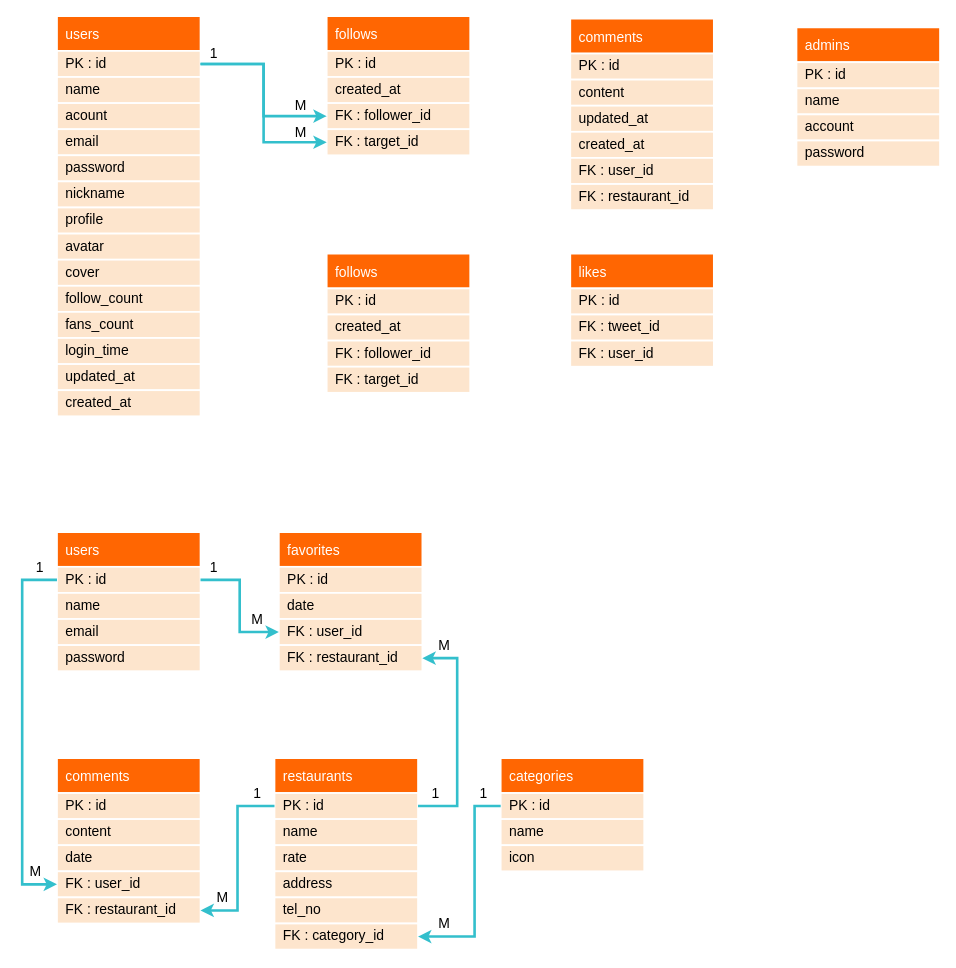
Before: Simple Tweet ERD+Schema-ver.1.drawio in z88243310/bins, a draw.io diagram. Source tidied: cells renumbered, new cells numbered last; positions are measured from the earlier drawing's top-left corner, leaving out a move shared by most shapes. Both pictures are drawn from the tidied source at 87%, with x=0, y=0 at pixel (22, 16).
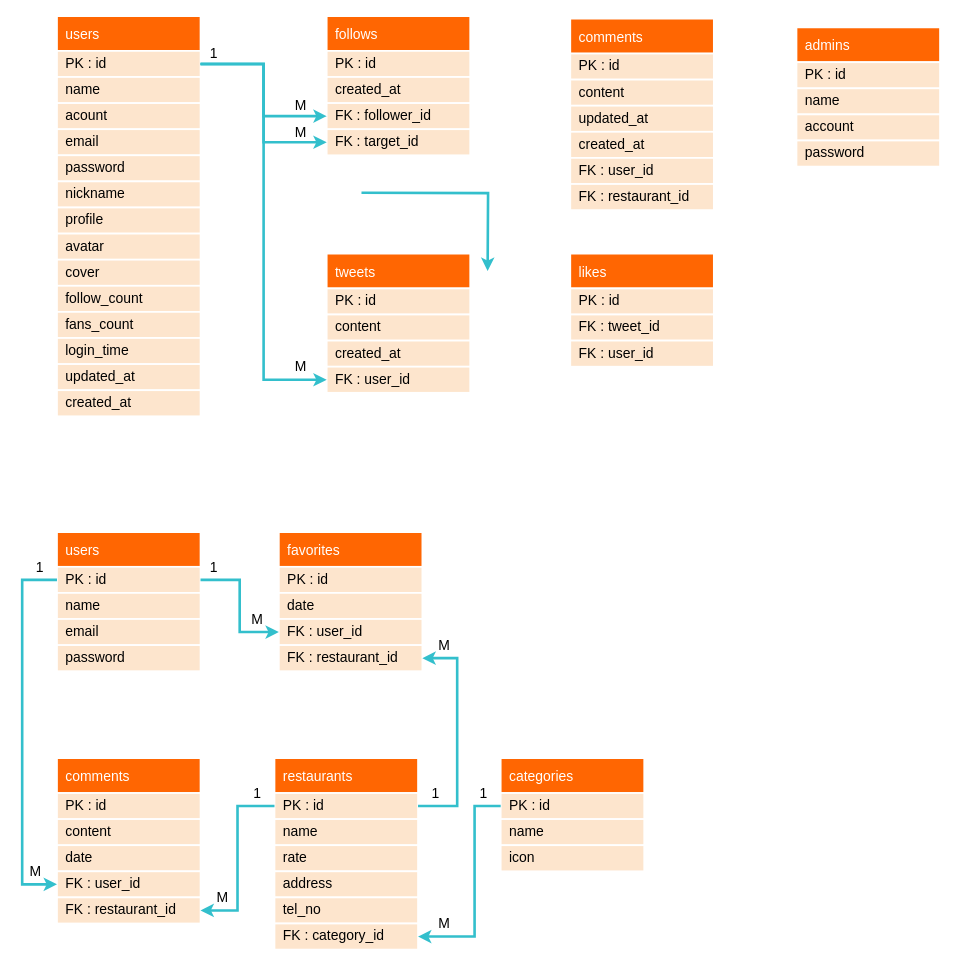
Above is the later version.

Unchanged cells that the change refers to:
```xml
<mxCell id="45" value="PK : id" style="text;strokeColor=#FFFFFF;fillColor=#FDE5CD;spacingLeft=10;spacingRight=0;overflow=hidden;points=[[0,0.5],[1,0.5]];portConstraint=eastwest;fontSize=16;strokeWidth=2;perimeterSpacing=0;sketch=0;shadow=0;rounded=0;glass=0;spacing=0;fontStyle=0;" parent="44" vertex="1">
  <mxGeometry y="40" width="165" height="30" as="geometry" />
</mxCell>
```

Change to the diagram source:
```diff
@@
-    <mxCell id="75" value="follows" style="swimlane;fontStyle=0;horizontal=1;startSize=40;align=left;fontSize=16;fontColor=#FFFFFF;fillColor=#FF6602;spacing=0;strokeColor=#FFFFFF;strokeWidth=2;spacingLeft=10;" parent="1" vertex="1">
+    <mxCell id="75" value="tweets" style="swimlane;fontStyle=0;horizontal=1;startSize=40;align=left;fontSize=16;fontColor=#FFFFFF;fillColor=#FF6602;spacing=0;strokeColor=#FFFFFF;strokeWidth=2;spacingLeft=10;" parent="1" vertex="1">
       <mxGeometry x="350" y="273" width="165" height="160" as="geometry" />
     </mxCell>
@@
+    <mxCell id="90" value="content" style="text;strokeColor=#FFFFFF;fillColor=#FDE5CD;spacingLeft=10;spacingRight=0;overflow=hidden;fontSize=16;strokeWidth=2;sketch=0;shadow=0;rounded=0;glass=0;spacing=0;" parent="75" vertex="1">
+      <mxGeometry y="70" width="165" height="30" as="geometry" />
+    </mxCell>
     <mxCell id="77" value="created_at" style="text;strokeColor=#FFFFFF;fillColor=#FDE5CD;spacingLeft=10;spacingRight=0;overflow=hidden;fontSize=16;strokeWidth=2;sketch=0;shadow=0;rounded=0;glass=0;spacing=0;" parent="75" vertex="1">
-      <mxGeometry y="70" width="165" height="30" as="geometry" />
+      <mxGeometry y="100" width="165" height="30" as="geometry" />
     </mxCell>
-    <mxCell id="78" value="FK : follower_id" style="text;strokeColor=#FFFFFF;fillColor=#FDE5CD;spacingLeft=10;spacingRight=0;overflow=hidden;points=[[0,0.5],[1,0.5]];portConstraint=eastwest;fontSize=16;strokeWidth=2;sketch=0;shadow=0;rounded=0;glass=0;spacing=0;" parent="75" vertex="1">
-      <mxGeometry y="100" width="165" height="30" as="geometry" />
+    <mxCell id="78" value="FK : user_id" style="text;strokeColor=#FFFFFF;fillColor=#FDE5CD;spacingLeft=10;spacingRight=0;overflow=hidden;points=[[0,0.5],[1,0.5]];portConstraint=eastwest;fontSize=16;strokeWidth=2;sketch=0;shadow=0;rounded=0;glass=0;spacing=0;" parent="75" vertex="1">
+      <mxGeometry y="130" width="165" height="30" as="geometry" />
     </mxCell>
-    <mxCell id="79" value="FK : target_id" style="text;strokeColor=#FFFFFF;fillColor=#FDE5CD;spacingLeft=10;spacingRight=0;overflow=hidden;fontSize=16;strokeWidth=2;sketch=0;shadow=0;rounded=0;glass=0;spacing=0;" parent="75" vertex="1">
-      <mxGeometry y="130" width="165" height="30" as="geometry" />
-    </mxCell>
@@
+    <mxCell id="91" style="edgeStyle=orthogonalEdgeStyle;rounded=0;orthogonalLoop=1;jettySize=auto;html=1;fontSize=16;fontColor=#FFFFFF;strokeWidth=3;strokeColor=#33BFCC;entryX=0;entryY=0.5;entryDx=0;entryDy=0;exitX=1;exitY=0.5;exitDx=0;exitDy=0;" parent="1" edge="1">
+      <mxGeometry relative="1" as="geometry">
+        <mxPoint x="390" y="203" as="sourcePoint" />
+        <mxPoint x="535" y="293" as="targetPoint" />
+      </mxGeometry>
+    </mxCell>
+    <mxCell id="92" style="edgeStyle=orthogonalEdgeStyle;rounded=0;jettySize=auto;html=1;fontSize=16;fontColor=#FFFFFF;strokeWidth=3;strokeColor=#33BFCC;entryX=0;entryY=0.5;entryDx=0;entryDy=0;exitX=1;exitY=0.5;exitDx=0;exitDy=0;" parent="1" edge="1" source="45" target="78">
+      <mxGeometry relative="1" as="geometry" />
+    </mxCell>
+    <mxCell id="93" value="M" style="text;html=1;align=center;verticalAlign=middle;strokeColor=none;fillColor=none;fontSize=16;fontColor=#000000;" parent="1" vertex="1">
+      <mxGeometry x="305" y="393" width="30" height="20" as="geometry" />
+    </mxCell>
```
